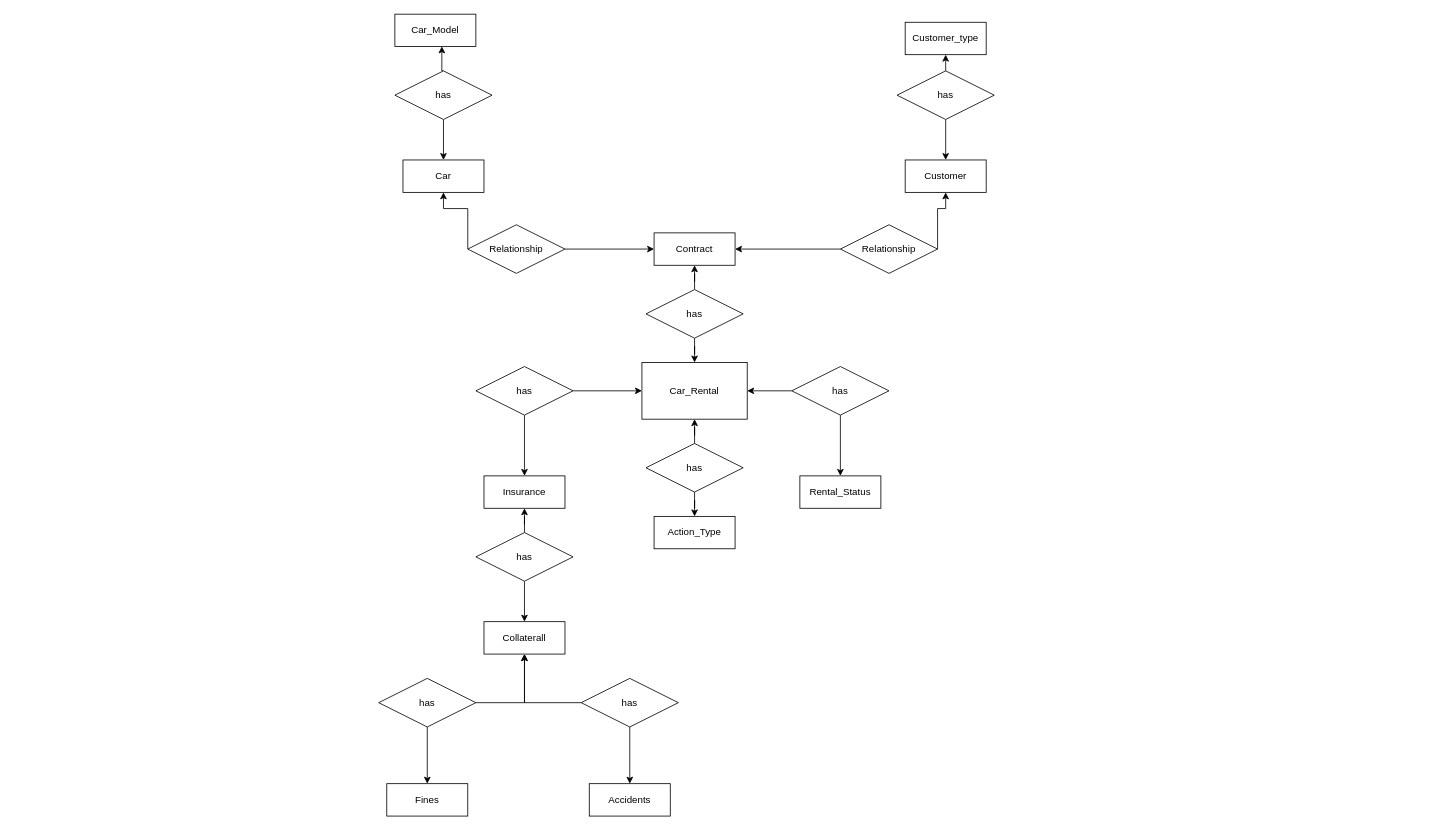
This is Untitled Diagram.drawio from esmailalmoshki/Diagram, a draw.io file, before an edit. Source tidied: cells renumbered, new cells numbered last; positions are measured from the earlier drawing's top-left corner, leaving out a move shared by most shapes. Both pictures are drawn from the tidied source at 81%, with x=0, y=0 at pixel (378, 14).
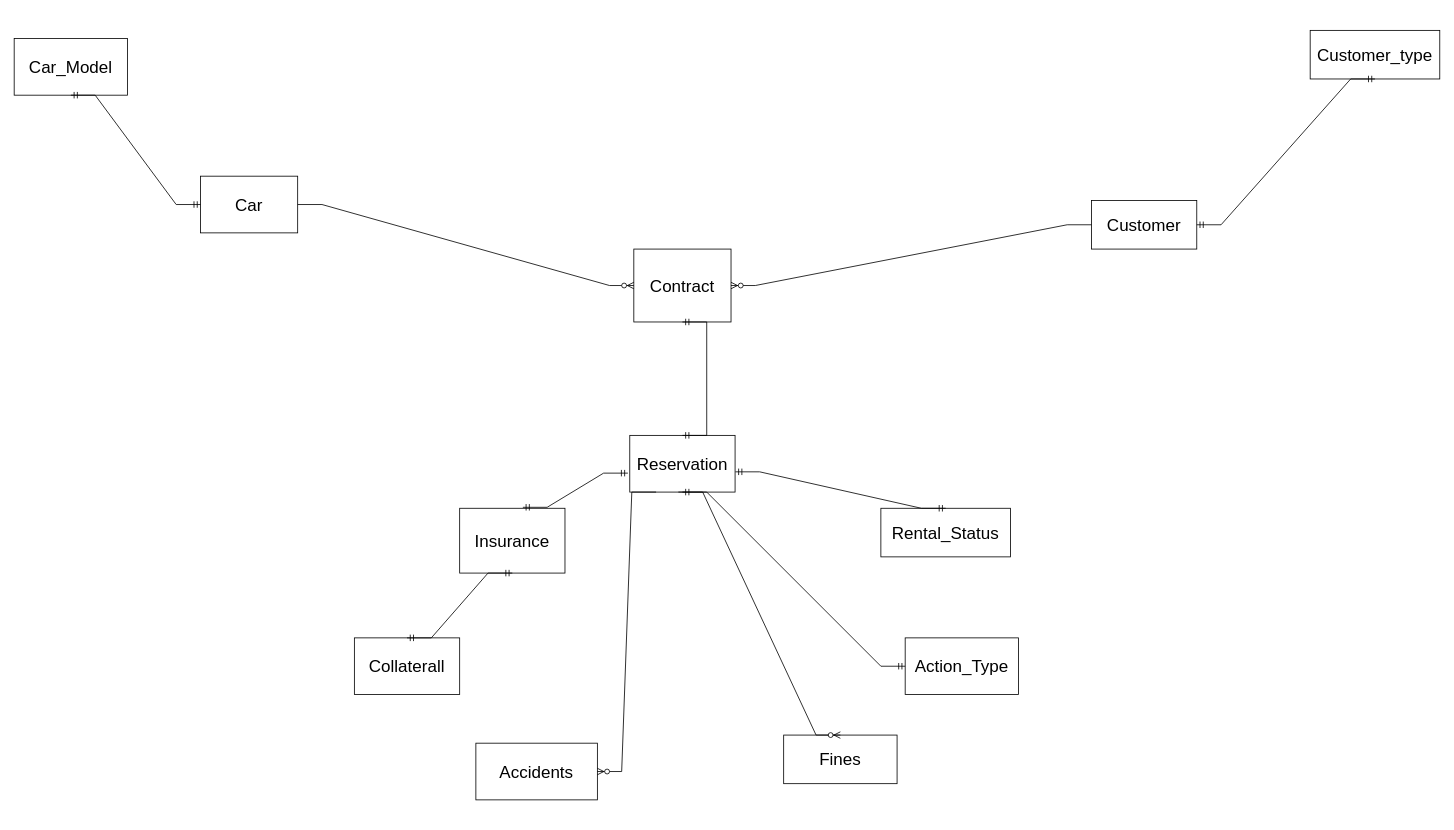
After the change.

Diff of the diagram source:
```diff
@@
-    <mxCell id="2" value="Rental_Status" style="whiteSpace=wrap;html=1;align=center;" parent="1" vertex="1">
-      <mxGeometry x="520" y="570" width="100" height="40" as="geometry" />
+    <mxCell id="2" value="Rental_Status" style="whiteSpace=wrap;html=1;align=center;fontSize=21;" parent="1" vertex="1">
+      <mxGeometry x="620" y="610" width="160" height="60" as="geometry" />
     </mxCell>
-    <mxCell id="3" value="Car_Model" style="whiteSpace=wrap;html=1;align=center;" parent="1" vertex="1">
-      <mxGeometry x="20" width="100" height="40" as="geometry" />
+    <mxCell id="3" value="&lt;font style=&quot;font-size: 21px;&quot;&gt;Car_Model&lt;/font&gt;" style="whiteSpace=wrap;html=1;align=center;fontSize=21;" parent="1" vertex="1">
+      <mxGeometry x="-450" y="30" width="140" height="70" as="geometry" />
     </mxCell>
-    <mxCell id="4" value="Car" style="whiteSpace=wrap;html=1;align=center;" parent="1" vertex="1">
-      <mxGeometry x="30" y="180" width="100" height="40" as="geometry" />
+    <mxCell id="4" value="Car" style="whiteSpace=wrap;html=1;align=center;fontSize=21;" parent="1" vertex="1">
+      <mxGeometry x="-220" y="200" width="120" height="70" as="geometry" />
     </mxCell>
-    <mxCell id="5" style="edgeStyle=orthogonalEdgeStyle;rounded=0;jettySize=auto;html=1;" parent="1" edge="1" source="7" target="4">
-      <mxGeometry relative="1" as="geometry" />
-    </mxCell>
-    <mxCell id="6" style="edgeStyle=orthogonalEdgeStyle;rounded=0;jettySize=auto;html=1;exitX=0.5;exitY=0;exitDx=0;exitDy=0;entryX=0.58;entryY=0.995;entryDx=0;entryDy=0;entryPerimeter=0;" parent="1" edge="1" source="7" target="3">
-      <mxGeometry relative="1" as="geometry" />
-    </mxCell>
-    <mxCell id="7" value="has" style="shape=rhombus;perimeter=rhombusPerimeter;whiteSpace=wrap;html=1;align=center;" parent="1" vertex="1">
-      <mxGeometry x="20" y="70" width="120" height="60" as="geometry" />
-    </mxCell>
-    <mxCell id="8" style="edgeStyle=orthogonalEdgeStyle;rounded=0;jettySize=auto;html=1;entryX=0.5;entryY=0;entryDx=0;entryDy=0;" parent="1" edge="1" source="10" target="13">
-      <mxGeometry relative="1" as="geometry" />
-    </mxCell>
-    <mxCell id="9" style="edgeStyle=orthogonalEdgeStyle;rounded=0;jettySize=auto;html=1;exitX=0.5;exitY=0;exitDx=0;exitDy=0;entryX=0.5;entryY=1;entryDx=0;entryDy=0;" parent="1" edge="1" source="10" target="14">
-      <mxGeometry relative="1" as="geometry" />
-    </mxCell>
-    <mxCell id="10" value="has" style="shape=rhombus;perimeter=rhombusPerimeter;whiteSpace=wrap;html=1;align=center;" parent="1" vertex="1">
-      <mxGeometry x="640" y="70" width="120" height="60" as="geometry" />
-    </mxCell>
-    <mxCell id="11" value="Car_Rental" style="whiteSpace=wrap;html=1;align=center;" parent="1" vertex="1">
-      <mxGeometry x="325" y="430" width="130" height="70" as="geometry" />
+    <mxCell id="11" value="Reservation" style="whiteSpace=wrap;html=1;align=center;fontSize=21;" parent="1" vertex="1">
+      <mxGeometry x="310" y="520" width="130" height="70" as="geometry" />
     </mxCell>
-    <mxCell id="12" value="Insurance" style="whiteSpace=wrap;html=1;align=center;" parent="1" vertex="1">
-      <mxGeometry x="130" y="570" width="100" height="40" as="geometry" />
+    <mxCell id="12" value="Insurance" style="whiteSpace=wrap;html=1;align=center;fontSize=21;" parent="1" vertex="1">
+      <mxGeometry x="100" y="610" width="130" height="80" as="geometry" />
     </mxCell>
-    <mxCell id="13" value="Customer" style="whiteSpace=wrap;html=1;align=center;" parent="1" vertex="1">
-      <mxGeometry x="650" y="180" width="100" height="40" as="geometry" />
+    <mxCell id="13" value="Customer" style="whiteSpace=wrap;html=1;align=center;fontSize=21;" parent="1" vertex="1">
+      <mxGeometry x="880" y="230" width="130" height="60" as="geometry" />
     </mxCell>
-    <mxCell id="14" value="Customer_type" style="whiteSpace=wrap;html=1;align=center;" parent="1" vertex="1">
-      <mxGeometry x="650" y="10" width="100" height="40" as="geometry" />
+    <mxCell id="14" value="Customer_type" style="whiteSpace=wrap;html=1;align=center;fontSize=21;" parent="1" vertex="1">
+      <mxGeometry x="1150" y="20" width="160" height="60" as="geometry" />
     </mxCell>
-    <mxCell id="15" value="Contract" style="whiteSpace=wrap;html=1;align=center;" parent="1" vertex="1">
-      <mxGeometry x="340" y="270" width="100" height="40" as="geometry" />
+    <mxCell id="15" value="Contract" style="whiteSpace=wrap;html=1;align=center;fontSize=21;" parent="1" vertex="1">
+      <mxGeometry x="315" y="290" width="120" height="90" as="geometry" />
     </mxCell>
-    <mxCell id="16" style="edgeStyle=orthogonalEdgeStyle;rounded=0;jettySize=auto;html=1;" parent="1" edge="1" source="18" target="15">
-      <mxGeometry relative="1" as="geometry" />
-    </mxCell>
-    <mxCell id="17" style="edgeStyle=orthogonalEdgeStyle;rounded=0;jettySize=auto;html=1;entryX=0.5;entryY=1;entryDx=0;entryDy=0;" parent="1" edge="1" source="18" target="13">
-      <mxGeometry relative="1" as="geometry">
-        <Array as="points">
-          <mxPoint x="690" y="240" />
-          <mxPoint x="700" y="240" />
-        </Array>
-      </mxGeometry>
-    </mxCell>
-    <mxCell id="18" value="Relationship" style="shape=rhombus;perimeter=rhombusPerimeter;whiteSpace=wrap;html=1;align=center;" parent="1" vertex="1">
-      <mxGeometry x="570" y="260" width="120" height="60" as="geometry" />
-    </mxCell>
-    <mxCell id="19" style="edgeStyle=orthogonalEdgeStyle;rounded=0;jettySize=auto;html=1;entryX=0.5;entryY=1;entryDx=0;entryDy=0;" parent="1" edge="1" source="21" target="4">
-      <mxGeometry relative="1" as="geometry">
-        <Array as="points">
-          <mxPoint x="110" y="240" />
-          <mxPoint x="80" y="240" />
-        </Array>
-      </mxGeometry>
-    </mxCell>
-    <mxCell id="20" style="edgeStyle=orthogonalEdgeStyle;rounded=0;jettySize=auto;html=1;" parent="1" edge="1" source="21" target="15">
-      <mxGeometry relative="1" as="geometry" />
-    </mxCell>
-    <mxCell id="21" value="Relationship" style="shape=rhombus;perimeter=rhombusPerimeter;whiteSpace=wrap;html=1;align=center;" parent="1" vertex="1">
-      <mxGeometry x="110" y="260" width="120" height="60" as="geometry" />
-    </mxCell>
-    <mxCell id="22" style="edgeStyle=orthogonalEdgeStyle;rounded=0;jettySize=auto;html=1;entryX=0.5;entryY=0;entryDx=0;entryDy=0;" parent="1" edge="1" source="24" target="11">
-      <mxGeometry relative="1" as="geometry" />
-    </mxCell>
-    <mxCell id="23" style="edgeStyle=orthogonalEdgeStyle;rounded=0;jettySize=auto;html=1;entryX=0.5;entryY=1;entryDx=0;entryDy=0;" parent="1" edge="1" source="24" target="15">
-      <mxGeometry relative="1" as="geometry" />
-    </mxCell>
-    <mxCell id="24" value="has" style="shape=rhombus;perimeter=rhombusPerimeter;whiteSpace=wrap;html=1;align=center;" parent="1" vertex="1">
-      <mxGeometry x="330" y="340" width="120" height="60" as="geometry" />
-    </mxCell>
-    <mxCell id="25" value="Collaterall" style="whiteSpace=wrap;html=1;align=center;" parent="1" vertex="1">
-      <mxGeometry x="130" y="750" width="100" height="40" as="geometry" />
+    <mxCell id="25" value="Collaterall" style="whiteSpace=wrap;html=1;align=center;fontSize=21;" parent="1" vertex="1">
+      <mxGeometry x="-30" y="770" width="130" height="70" as="geometry" />
     </mxCell>
-    <mxCell id="26" style="edgeStyle=orthogonalEdgeStyle;rounded=0;jettySize=auto;html=1;entryX=0.5;entryY=1;entryDx=0;entryDy=0;" parent="1" edge="1" source="28" target="12">
-      <mxGeometry relative="1" as="geometry" />
-    </mxCell>
-    <mxCell id="27" style="edgeStyle=orthogonalEdgeStyle;rounded=0;jettySize=auto;html=1;entryX=0.5;entryY=0;entryDx=0;entryDy=0;" parent="1" edge="1" source="28" target="25">
-      <mxGeometry relative="1" as="geometry" />
-    </mxCell>
-    <mxCell id="28" value="has" style="shape=rhombus;perimeter=rhombusPerimeter;whiteSpace=wrap;html=1;align=center;" parent="1" vertex="1">
-      <mxGeometry x="120" y="640" width="120" height="60" as="geometry" />
-    </mxCell>
-    <mxCell id="29" style="edgeStyle=orthogonalEdgeStyle;rounded=0;jettySize=auto;html=1;entryX=1;entryY=0.5;entryDx=0;entryDy=0;" parent="1" edge="1" source="31" target="11">
-      <mxGeometry relative="1" as="geometry" />
-    </mxCell>
-    <mxCell id="30" style="edgeStyle=orthogonalEdgeStyle;rounded=0;jettySize=auto;html=1;" parent="1" edge="1" source="31" target="2">
-      <mxGeometry relative="1" as="geometry" />
-    </mxCell>
-    <mxCell id="31" value="has" style="shape=rhombus;perimeter=rhombusPerimeter;whiteSpace=wrap;html=1;align=center;" parent="1" vertex="1">
-      <mxGeometry x="510" y="435" width="120" height="60" as="geometry" />
-    </mxCell>
-    <mxCell id="32" style="edgeStyle=orthogonalEdgeStyle;rounded=0;jettySize=auto;html=1;entryX=0;entryY=0.5;entryDx=0;entryDy=0;" parent="1" edge="1" source="34" target="11">
-      <mxGeometry relative="1" as="geometry" />
-    </mxCell>
-    <mxCell id="33" style="edgeStyle=orthogonalEdgeStyle;rounded=0;jettySize=auto;html=1;entryX=0.5;entryY=0;entryDx=0;entryDy=0;" parent="1" edge="1" source="34" target="12">
-      <mxGeometry relative="1" as="geometry" />
-    </mxCell>
-    <mxCell id="34" value="has" style="shape=rhombus;perimeter=rhombusPerimeter;whiteSpace=wrap;html=1;align=center;" parent="1" vertex="1">
-      <mxGeometry x="120" y="435" width="120" height="60" as="geometry" />
-    </mxCell>
-    <mxCell id="35" style="edgeStyle=orthogonalEdgeStyle;rounded=0;jettySize=auto;html=1;" parent="1" edge="1" source="37" target="25">
-      <mxGeometry relative="1" as="geometry" />
-    </mxCell>
-    <mxCell id="36" style="edgeStyle=orthogonalEdgeStyle;rounded=0;jettySize=auto;html=1;" parent="1" edge="1" source="37" target="41">
-      <mxGeometry relative="1" as="geometry" />
-    </mxCell>
-    <mxCell id="37" value="has" style="shape=rhombus;perimeter=rhombusPerimeter;whiteSpace=wrap;html=1;align=center;" parent="1" vertex="1">
-      <mxGeometry x="250" y="820" width="120" height="60" as="geometry" />
-    </mxCell>
-    <mxCell id="38" style="edgeStyle=orthogonalEdgeStyle;rounded=0;jettySize=auto;html=1;entryX=0.5;entryY=1;entryDx=0;entryDy=0;" parent="1" edge="1" source="40" target="25">
-      <mxGeometry relative="1" as="geometry" />
-    </mxCell>
-    <mxCell id="39" style="edgeStyle=orthogonalEdgeStyle;rounded=0;jettySize=auto;html=1;" parent="1" edge="1" source="40" target="42">
-      <mxGeometry relative="1" as="geometry" />
-    </mxCell>
-    <mxCell id="40" value="has" style="shape=rhombus;perimeter=rhombusPerimeter;whiteSpace=wrap;html=1;align=center;" parent="1" vertex="1">
-      <mxGeometry y="820" width="120" height="60" as="geometry" />
-    </mxCell>
-    <mxCell id="41" value="Accidents" style="whiteSpace=wrap;html=1;align=center;" parent="1" vertex="1">
-      <mxGeometry x="260" y="950" width="100" height="40" as="geometry" />
+    <mxCell id="41" value="Accidents" style="whiteSpace=wrap;html=1;align=center;fontSize=21;" parent="1" vertex="1">
+      <mxGeometry x="120" y="900" width="150" height="70" as="geometry" />
     </mxCell>
-    <mxCell id="42" value="Fines" style="whiteSpace=wrap;html=1;align=center;" parent="1" vertex="1">
-      <mxGeometry x="10" y="950" width="100" height="40" as="geometry" />
+    <mxCell id="42" value="Fines" style="whiteSpace=wrap;html=1;align=center;fontSize=21;" parent="1" vertex="1">
+      <mxGeometry x="500" y="890" width="140" height="60" as="geometry" />
     </mxCell>
-    <mxCell id="43" value="Action_Type" style="whiteSpace=wrap;html=1;align=center;" parent="1" vertex="1">
-      <mxGeometry x="340" y="620" width="100" height="40" as="geometry" />
+    <mxCell id="43" value="Action_Type" style="whiteSpace=wrap;html=1;align=center;fontSize=21;" parent="1" vertex="1">
+      <mxGeometry x="650" y="770" width="140" height="70" as="geometry" />
     </mxCell>
-    <mxCell id="44" style="edgeStyle=orthogonalEdgeStyle;rounded=0;jettySize=auto;html=1;entryX=0.5;entryY=1;entryDx=0;entryDy=0;" parent="1" edge="1" source="46" target="11">
-      <mxGeometry relative="1" as="geometry" />
-    </mxCell>
-    <mxCell id="45" style="edgeStyle=orthogonalEdgeStyle;rounded=0;jettySize=auto;html=1;entryX=0.5;entryY=0;entryDx=0;entryDy=0;" parent="1" edge="1" source="46" target="43">
-      <mxGeometry relative="1" as="geometry" />
-    </mxCell>
-    <mxCell id="46" value="has" style="shape=rhombus;perimeter=rhombusPerimeter;whiteSpace=wrap;html=1;align=center;" parent="1" vertex="1">
-      <mxGeometry x="330" y="530" width="120" height="60" as="geometry" />
-    </mxCell>
+    <mxCell id="47" style="edgeStyle=entityRelationEdgeStyle;fontSize=21;html=1;endArrow=ERmandOne;startArrow=ERmandOne;rounded=0;entryX=0.5;entryY=1;entryDx=0;entryDy=0;" parent="1" edge="1" source="4" target="3">
+      <mxGeometry relative="1" as="geometry" />
+    </mxCell>
+    <mxCell id="48" style="edgeStyle=entityRelationEdgeStyle;fontSize=21;html=1;endArrow=ERmandOne;startArrow=ERmandOne;rounded=0;exitX=0.5;exitY=1;exitDx=0;exitDy=0;" parent="1" edge="1" source="14" target="13">
+      <mxGeometry relative="1" as="geometry" />
+    </mxCell>
+    <mxCell id="49" style="edgeStyle=entityRelationEdgeStyle;fontSize=21;html=1;endArrow=ERmandOne;startArrow=ERmandOne;rounded=0;entryX=0.5;entryY=1;entryDx=0;entryDy=0;exitX=0.5;exitY=0;exitDx=0;exitDy=0;" parent="1" edge="1" source="11" target="15">
+      <mxGeometry relative="1" as="geometry" />
+    </mxCell>
+    <mxCell id="50" style="edgeStyle=entityRelationEdgeStyle;fontSize=21;html=1;endArrow=ERmandOne;startArrow=ERmandOne;rounded=0;entryX=-0.018;entryY=0.666;entryDx=0;entryDy=0;entryPerimeter=0;exitX=0.6;exitY=-0.015;exitDx=0;exitDy=0;exitPerimeter=0;" parent="1" edge="1" source="12" target="11">
+      <mxGeometry relative="1" as="geometry" />
+    </mxCell>
+    <mxCell id="51" style="edgeStyle=entityRelationEdgeStyle;fontSize=21;html=1;endArrow=ERmandOne;startArrow=ERmandOne;rounded=0;entryX=0.5;entryY=1;entryDx=0;entryDy=0;" parent="1" edge="1" source="43" target="11">
+      <mxGeometry relative="1" as="geometry" />
+    </mxCell>
+    <mxCell id="52" style="edgeStyle=entityRelationEdgeStyle;fontSize=21;html=1;endArrow=ERmandOne;startArrow=ERmandOne;rounded=0;exitX=1.003;exitY=0.643;exitDx=0;exitDy=0;entryX=0.5;entryY=0;entryDx=0;entryDy=0;exitPerimeter=0;" parent="1" edge="1" source="11" target="2">
+      <mxGeometry relative="1" as="geometry" />
+    </mxCell>
+    <mxCell id="53" style="edgeStyle=entityRelationEdgeStyle;fontSize=21;html=1;endArrow=ERmandOne;startArrow=ERmandOne;rounded=0;entryX=0.5;entryY=1;entryDx=0;entryDy=0;exitX=0.5;exitY=0;exitDx=0;exitDy=0;" parent="1" edge="1" source="25" target="12">
+      <mxGeometry relative="1" as="geometry" />
+    </mxCell>
+    <mxCell id="54" style="edgeStyle=entityRelationEdgeStyle;fontSize=12;html=1;endArrow=ERzeroToMany;endFill=1;rounded=0;exitX=1;exitY=0.5;exitDx=0;exitDy=0;entryX=0;entryY=0.5;entryDx=0;entryDy=0;" parent="1" edge="1" source="4" target="15">
+      <mxGeometry relative="1" as="geometry" />
+    </mxCell>
+    <mxCell id="55" style="edgeStyle=entityRelationEdgeStyle;fontSize=12;html=1;endArrow=ERzeroToMany;endFill=1;rounded=0;exitX=0;exitY=0.5;exitDx=0;exitDy=0;entryX=1;entryY=0.5;entryDx=0;entryDy=0;" parent="1" edge="1" source="13" target="15">
+      <mxGeometry relative="1" as="geometry" />
+    </mxCell>
+    <mxCell id="56" style="edgeStyle=entityRelationEdgeStyle;fontSize=12;html=1;endArrow=ERzeroToMany;endFill=1;rounded=0;exitX=0.25;exitY=1;exitDx=0;exitDy=0;" parent="1" edge="1" source="11" target="41">
+      <mxGeometry relative="1" as="geometry" />
+    </mxCell>
+    <mxCell id="57" style="edgeStyle=entityRelationEdgeStyle;fontSize=12;html=1;endArrow=ERzeroToMany;endFill=1;rounded=0;entryX=0.5;entryY=0;entryDx=0;entryDy=0;" parent="1" edge="1" target="42">
+      <mxGeometry relative="1" as="geometry">
+        <mxPoint x="370" y="590" as="sourcePoint" />
+      </mxGeometry>
+    </mxCell>
```
